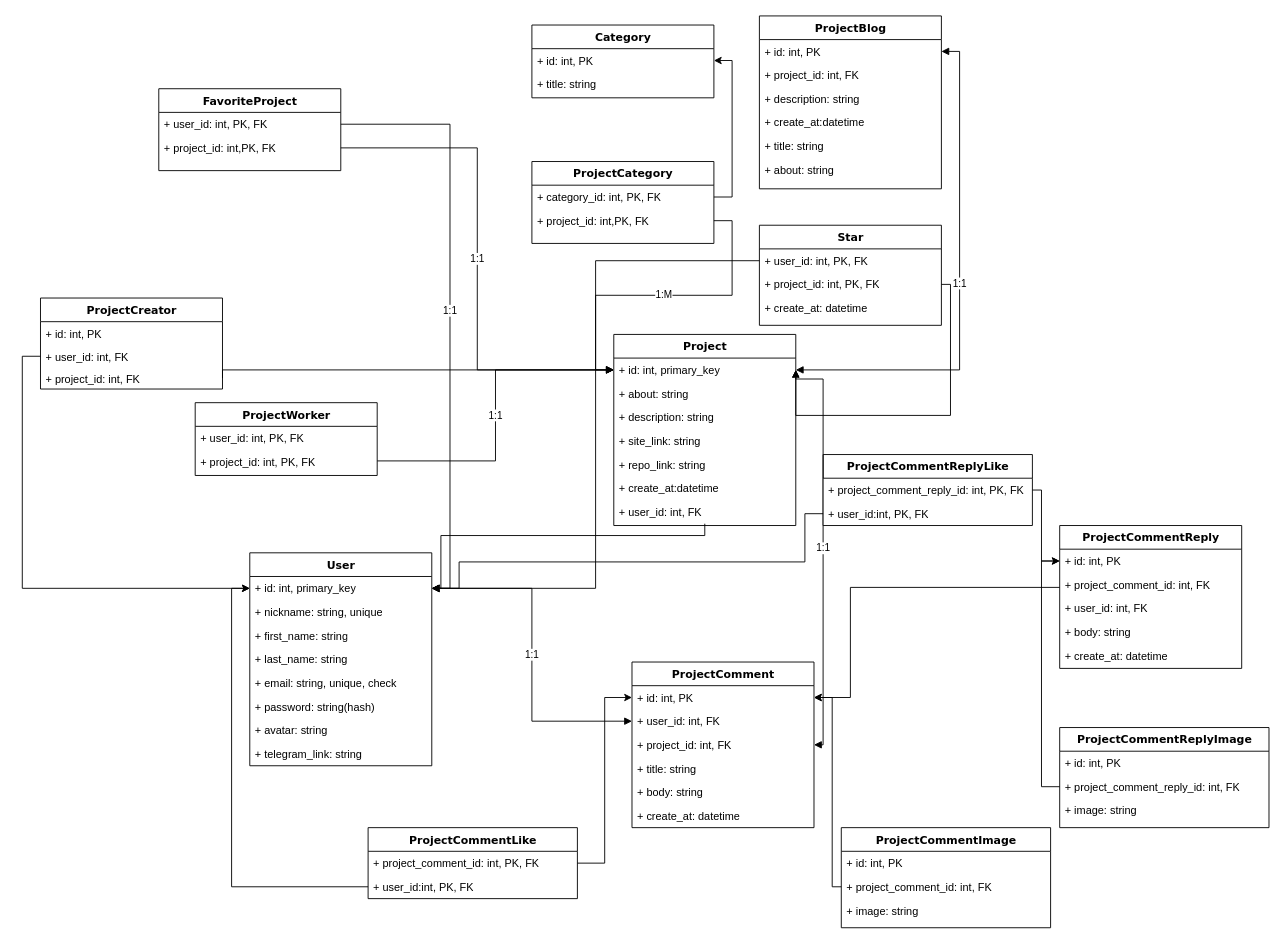
Earlier version of the draw.io diagram DB_Schema.drawio (xh4vm/justbegin). Source tidied: cells renumbered, new cells numbered last; positions are measured from the earlier drawing's top-left corner, leaving out a move shared by most shapes. Both pictures are drawn from the tidied source at 91%, with x=0, y=0 at pixel (40, 15).
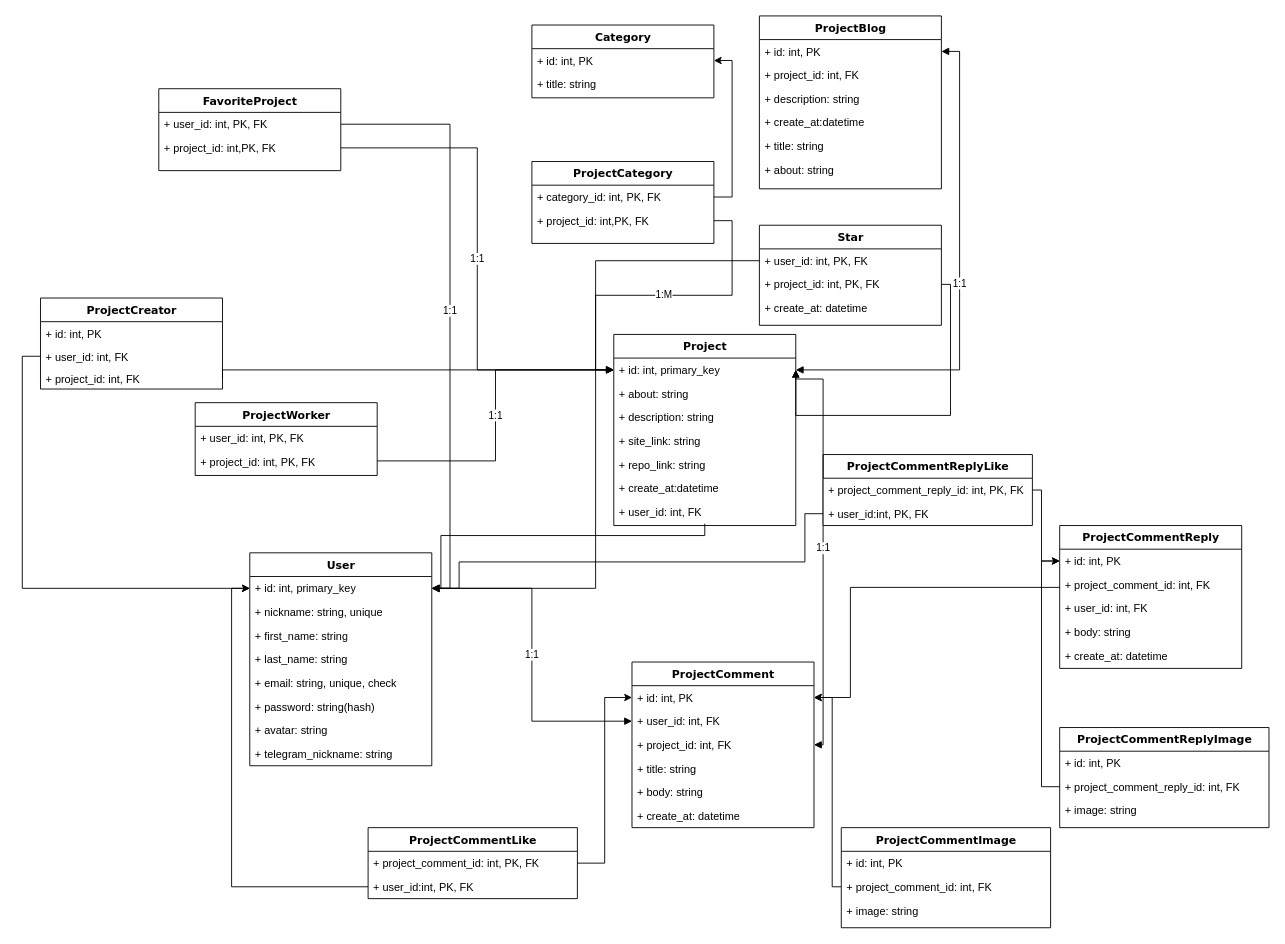
After the change.

Commit message (it also covers changes not shown here):
Структура базы данных

The change refers to these unchanged cells:
```xml
<mxCell id="2" value="User&lt;br&gt;" style="swimlane;html=1;fontStyle=1;align=center;verticalAlign=top;horizontal=1;startSize=26;swimlaneFillColor=#ffffff;rounded=0;shadow=0;comic=0;labelBackgroundColor=none;strokeWidth=1;fillColor=none;fontFamily=Verdana;fontSize=12;" parent="1" vertex="1">
  <mxGeometry x="230" y="590" width="200" height="234" as="geometry" />
</mxCell>
```

Change to the diagram source:
```diff
@@
-    <mxCell id="10" value="+ telegram_link: string" style="text;html=1;strokeColor=none;fillColor=none;align=left;verticalAlign=top;spacingLeft=4;spacingRight=4;whiteSpace=wrap;overflow=hidden;" parent="2" vertex="1">
+    <mxCell id="10" value="+ telegram_nickname: string" style="text;html=1;strokeColor=none;fillColor=none;align=left;verticalAlign=top;spacingLeft=4;spacingRight=4;whiteSpace=wrap;overflow=hidden;" parent="2" vertex="1">
       <mxGeometry y="208" width="200" height="26" as="geometry" />
     </mxCell>
```
